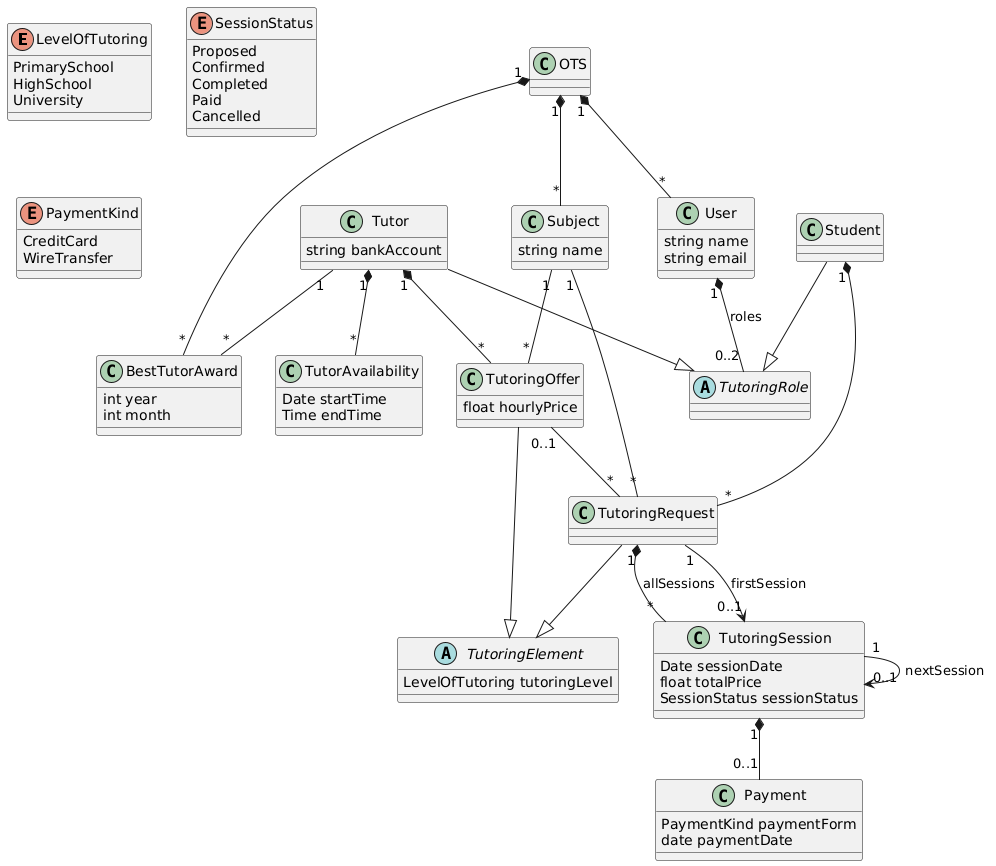
The PlantUML diagram dataset/OnlineTutoringSystem/plantuml.png in Charlotte-Verbruggen/GoldenUMLmodelset, before a commit. Its diagram source:
```plantuml
@startuml
enum LevelOfTutoring {
 PrimarySchool
 HighSchool
 University
}
enum SessionStatus {
 Proposed
 Confirmed
 Completed
 Paid
 Cancelled
}
enum PaymentKind {
 CreditCard
 WireTransfer
}

class OTS {}

class User {
    string name
    string email
}

class BestTutorAward {
    int year
    int month
}

class Tutor {
    string bankAccount
}

class TutoringOffer {
    float hourlyPrice
}

class Subject {
    string name
}

class TutorAvailability {
    Date startTime
    Time endTime
}

abstract class TutoringRole {}
abstract class TutoringElement {
    LevelOfTutoring tutoringLevel
}

class Student {}
class TutoringRequest {}
class TutoringSession {
    Date sessionDate
    float totalPrice
    SessionStatus sessionStatus
}
class Payment {
    PaymentKind paymentForm
    date paymentDate
}


Tutor --|> TutoringRole
Student --|> TutoringRole
TutoringRequest --|> TutoringElement
TutoringOffer --|> TutoringElement

OTS "1" *-- "*" Subject
OTS "1" *-- "*" User
OTS "1" *-- "*" BestTutorAward

Tutor "1" *-- "*" TutoringOffer
Tutor "1" *-- "*" TutorAvailability

User "1" *-- "0..2" TutoringRole : roles

Student "1" *-- "*" TutoringRequest

TutoringRequest "1" *-- "*" TutoringSession : allSessions
TutoringSession "1" *-- "0..1" Payment

Subject "1" -- "*" TutoringOffer
Subject "1" -- "*" TutoringRequest


TutoringOffer "0..1" -- "*" TutoringRequest


TutoringSession "1" --> "0..1" TutoringSession : nextSession
TutoringRequest "1" --> "0..1" TutoringSession : firstSession


Tutor "1" -- "*" BestTutorAward
@enduml
```
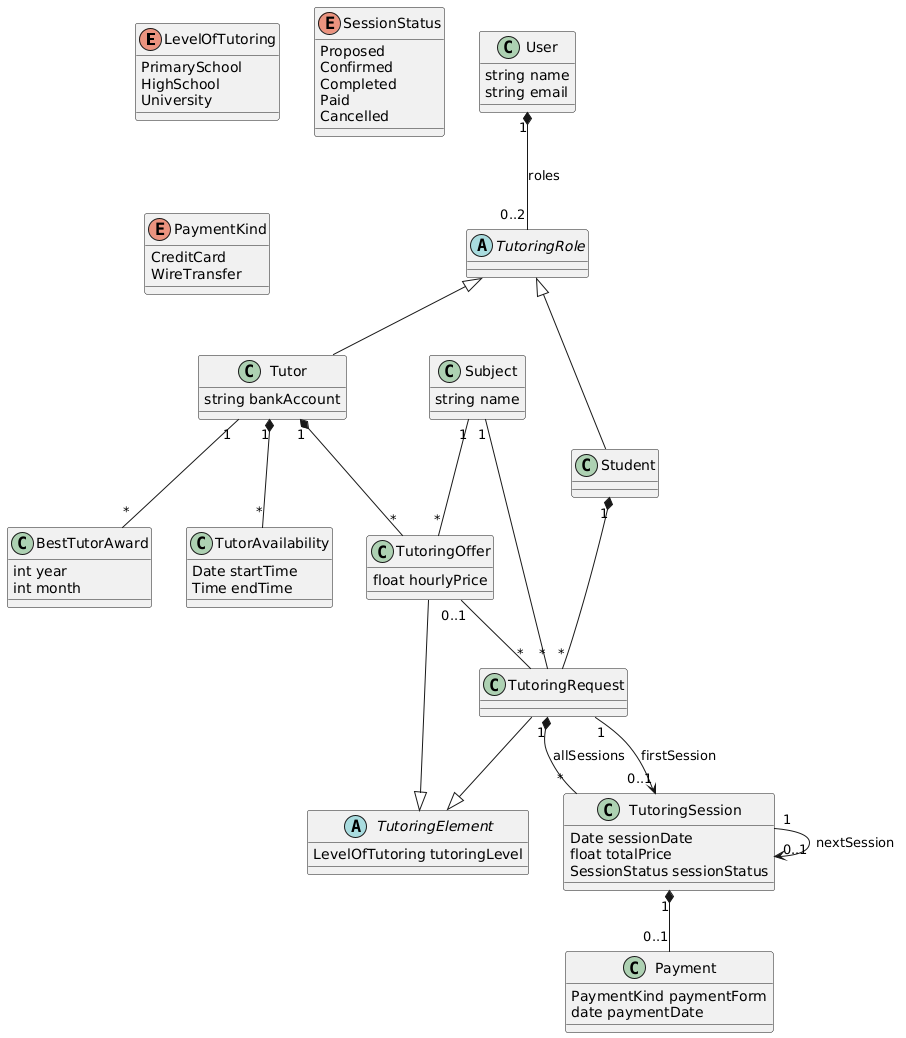
The same diagram one commit later.

Diff of the diagram source:
```diff
@@ -15,8 +15,6 @@
  CreditCard
  WireTransfer
 }
-
-class OTS {}
 
 class User {
     string name
@@ -63,14 +61,10 @@
 }
 
 
-Tutor --|> TutoringRole
-Student --|> TutoringRole
+TutoringRole <|-- Tutor
+TutoringRole <|-- Student
 TutoringRequest --|> TutoringElement
 TutoringOffer --|> TutoringElement
-
-OTS "1" *-- "*" Subject
-OTS "1" *-- "*" User
-OTS "1" *-- "*" BestTutorAward
 
 Tutor "1" *-- "*" TutoringOffer
 Tutor "1" *-- "*" TutorAvailability
```
